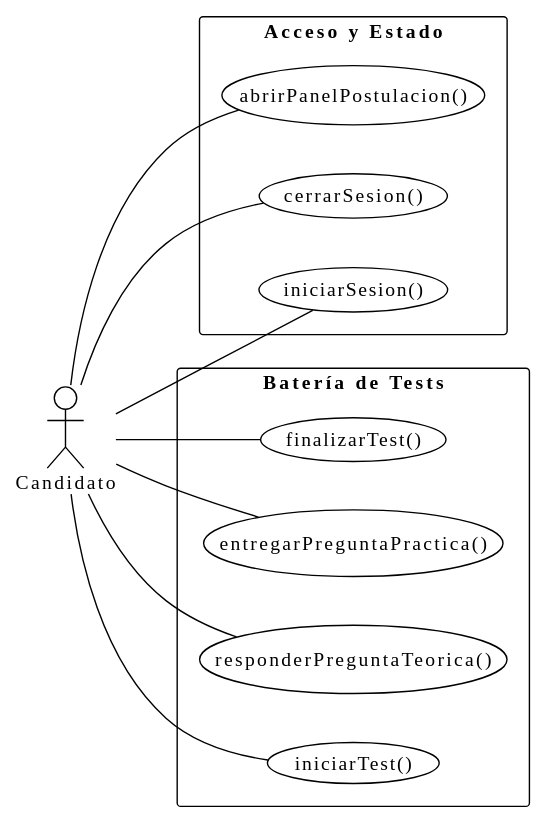
Earlier version of the PlantUML export images/RUP/01-requisitos/01-actores-casos-uso/actoresCasosUsoCandidato.svg (TheMoys/CTS-Academy).
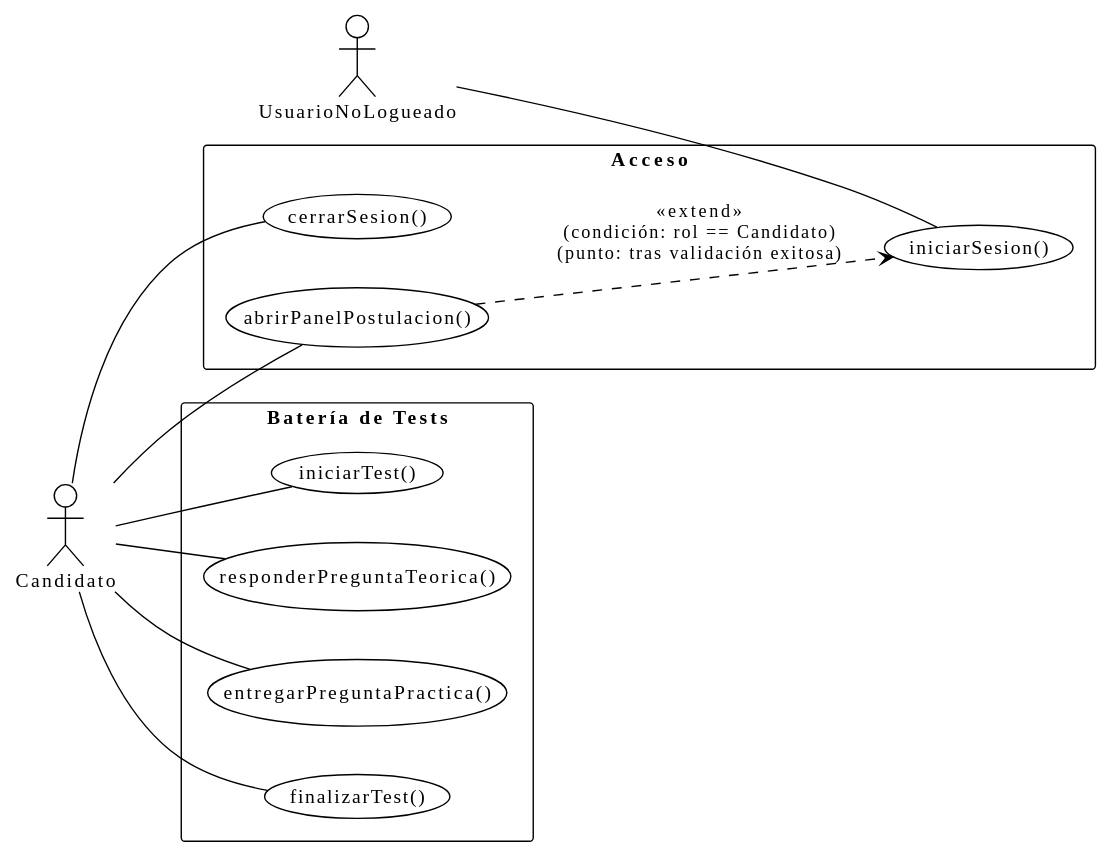
The same file after the commit.

Diff of the diagram source:
```diff
@@ -3,13 +3,19 @@
 left to right direction
 skinparam packageStyle rectangle
 
+actor UsuarioNoLogueado
 actor Candidato
 
-package "Acceso y Estado" {
+package "Acceso" {
   usecase iniciarSesion as "iniciarSesion()"
   usecase cerrarSesion as "cerrarSesion()"
   usecase abrirPanelPostulacion as "abrirPanelPostulacion()"
 }
+
+UsuarioNoLogueado -- iniciarSesion
+Candidato -- cerrarSesion
+Candidato -- abrirPanelPostulacion
+abrirPanelPostulacion ..> iniciarSesion : <<extend>>\n(condición: rol == Candidato)\n(punto: tras validación exitosa)
 
 package "Batería de Tests" {
   usecase iniciarTest as "iniciarTest()"
@@ -18,10 +24,6 @@
   usecase finalizarTest as "finalizarTest()"
 }
 
-Candidato -- iniciarSesion
-Candidato -- cerrarSesion
-Candidato -- abrirPanelPostulacion
-
 Candidato -- iniciarTest
 Candidato -- responderPreguntaTeorica
 Candidato -- entregarPreguntaPractica
```
